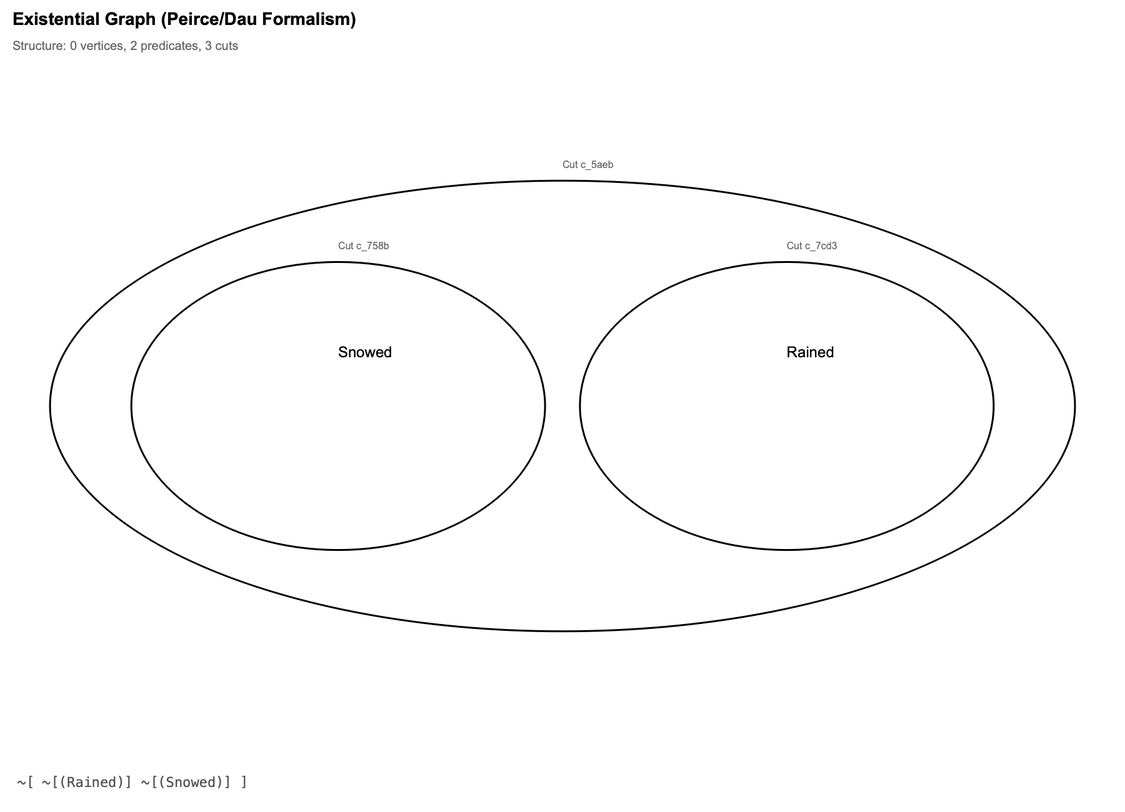
The Graphviz diagram reports/sanity_egif_dot/disjunction2.png in mijahauan/Arisbe, before a commit. Its source is kept beside it as reports/sanity_egif_dot/disjunction2.dot. Its diagram source:
```dot
graph EG {
    graph [clusterrank=local, compound=true, newrank=true, rankdir=TB,
           overlap=false, splines=true, concentrate=false];

    node [shape=circle, width=0.4, height=0.4, fixedsize=true,
          fontsize=10, margin=0.2];
    edge [arrowhead=none, len=3.5, minlen=2.5, weight=1.0];

    nodesep=1.2;        // Compact node separation
    ranksep=1.0;        // Compact rank separation
    margin=1.5;         // Keep graph margin modest
    pad="1.5,1.5";      // Keep padding modest
    sep="+8";           // Compact minimum separation


  node [shape=circle, style=filled, fillcolor=lightblue, fontsize=10];
  edge [fontsize=9, labeldistance=1.5, labelangle=0];

  subgraph cluster_c_5aeb5ad8 {
    label="Cut c_5aeb5a";
    style=rounded;
    color=black;
    penwidth=1.5;
    margin=16.00;  // Padding around cut contents
    labelloc=top;
    fontsize=8;
    clusterrank=local;  // Layout this cluster separately

    subgraph cluster_c_7cd31c62 {
      label="Cut c_7cd31c";
      style=rounded;
      color=black;
      penwidth=1.5;
      margin=16.00;  // Padding around cut contents
      labelloc=top;
      fontsize=8;
      clusterrank=local;  // Layout this cluster separately

      e_ced01362 [label="Rained", shape=box, fillcolor=lightyellow, width=1.70, height=0.60, fixedsize=true];
    }

    subgraph cluster_c_758b7b0f {
      label="Cut c_758b7b";
      style=rounded;
      color=black;
      penwidth=1.5;
      margin=16.00;  // Padding around cut contents
      labelloc=top;
      fontsize=8;
      clusterrank=local;  // Layout this cluster separately

      e_1b769c71 [label="Snowed", shape=box, fillcolor=lightyellow, width=1.70, height=0.60, fixedsize=true];
    }

  }


}
```
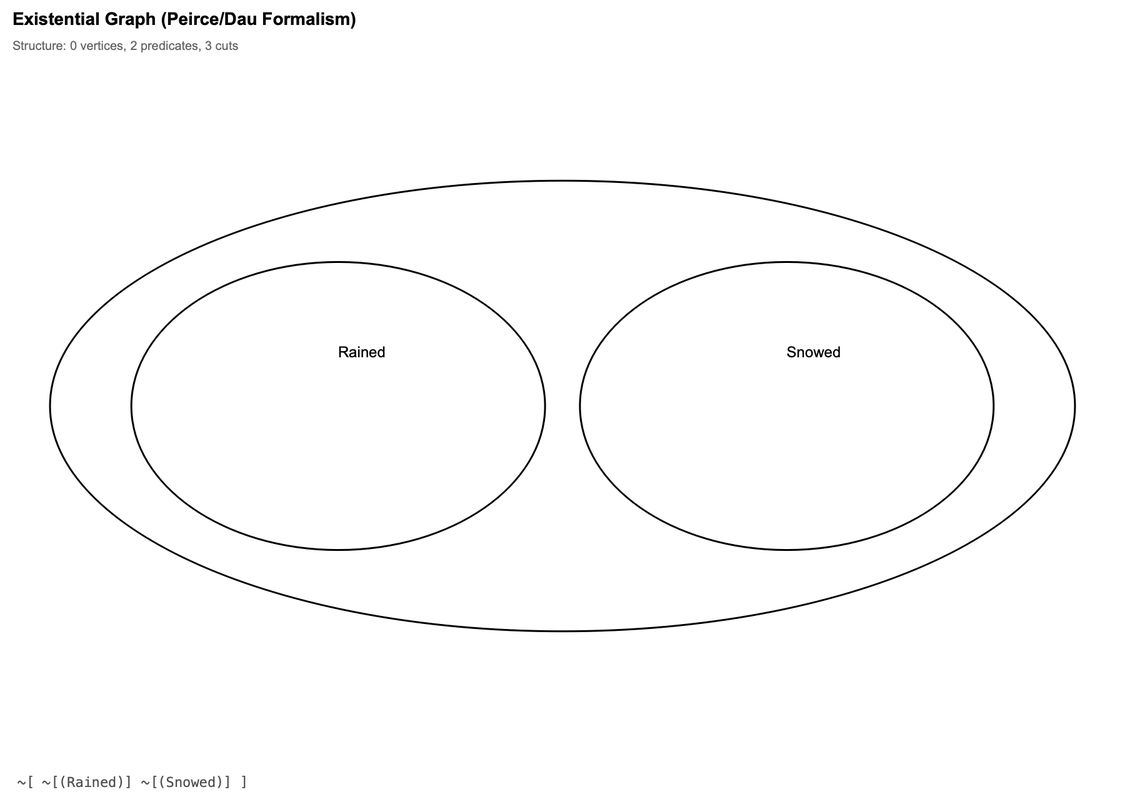
The same diagram one commit later.

What changed in the source:
```diff
@@ -16,8 +16,8 @@
   node [shape=circle, style=filled, fillcolor=lightblue, fontsize=10];
   edge [fontsize=9, labeldistance=1.5, labelangle=0];
 
-  subgraph cluster_c_5aeb5ad8 {
-    label="Cut c_5aeb5a";
+  subgraph cluster_c_8c6c8c9f {
+    label="Cut c_8c6c8c";
     style=rounded;
     color=black;
     penwidth=1.5;
@@ -26,8 +26,8 @@
     fontsize=8;
     clusterrank=local;  // Layout this cluster separately
 
-    subgraph cluster_c_7cd31c62 {
-      label="Cut c_7cd31c";
+    subgraph cluster_c_8a2f0e5d {
+      label="Cut c_8a2f0e";
       style=rounded;
       color=black;
       penwidth=1.5;
@@ -36,11 +36,11 @@
       fontsize=8;
       clusterrank=local;  // Layout this cluster separately
 
-      e_ced01362 [label="Rained", shape=box, fillcolor=lightyellow, width=1.70, height=0.60, fixedsize=true];
+      e_a1d975e5 [label="Snowed", shape=box, fillcolor=lightyellow, width=1.70, height=0.60, fixedsize=true];
     }
 
-    subgraph cluster_c_758b7b0f {
-      label="Cut c_758b7b";
+    subgraph cluster_c_e0c31050 {
+      label="Cut c_e0c310";
       style=rounded;
       color=black;
       penwidth=1.5;
@@ -49,7 +49,7 @@
       fontsize=8;
       clusterrank=local;  // Layout this cluster separately
 
-      e_1b769c71 [label="Snowed", shape=box, fillcolor=lightyellow, width=1.70, height=0.60, fixedsize=true];
+      e_a1cbe255 [label="Rained", shape=box, fillcolor=lightyellow, width=1.70, height=0.60, fixedsize=true];
     }
 
   }
```
